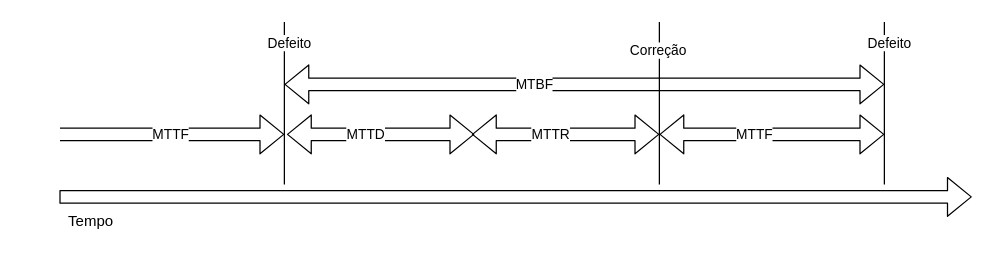
Above: docs/drawings/mtbf.drawio in lasarojc/ds_notes (draw.io), before the change. Source tidied: cells renumbered, new cells numbered last; positions are measured from the earlier drawing's top-left corner, leaving out a move shared by most shapes. Both pictures are drawn from the tidied source at 125%, with x=0, y=0 at pixel (21, 21).
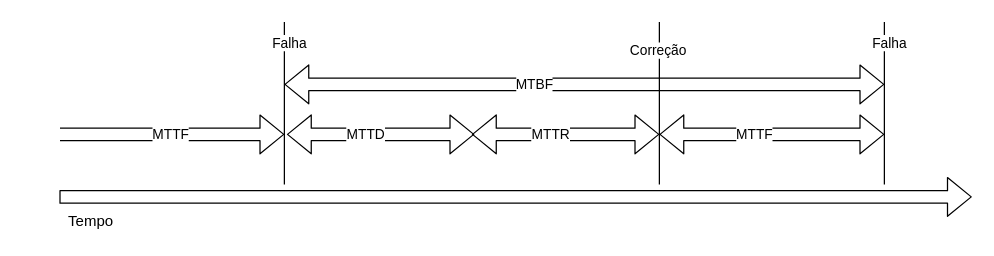
The same diagram, later.

The change refers to these unchanged cells:
```xml
<mxCell id="6" style="endArrow=none;html=1;" parent="1" edge="1">
  <mxGeometry relative="1" as="geometry">
    <mxPoint x="210" y="130" as="sourcePoint" />
    <mxPoint x="210" as="targetPoint" />
  </mxGeometry>
</mxCell>
<mxCell id="16" style="endArrow=none;html=1;" parent="1" edge="1">
  <mxGeometry relative="1" as="geometry">
    <mxPoint x="690" y="130" as="sourcePoint" />
    <mxPoint x="690" as="targetPoint" />
  </mxGeometry>
</mxCell>
```

Diff of the diagram source:
```diff
@@
-    <mxCell id="7" value="Defeito" style="edgeLabel;html=1;align=center;verticalAlign=middle;" parent="6" vertex="1">
+    <mxCell id="7" value="Falha" style="edgeLabel;html=1;align=center;verticalAlign=middle;" parent="6" vertex="1">
       <mxGeometry x="0.75" y="-3" relative="1" as="geometry" />
     </mxCell>
@@
-    <mxCell id="17" value="Defeito" style="edgeLabel;html=1;align=center;verticalAlign=middle;" parent="16" vertex="1">
+    <mxCell id="17" value="Falha" style="edgeLabel;html=1;align=center;verticalAlign=middle;" parent="16" vertex="1">
       <mxGeometry x="0.75" y="-3" relative="1" as="geometry" />
     </mxCell>
```
